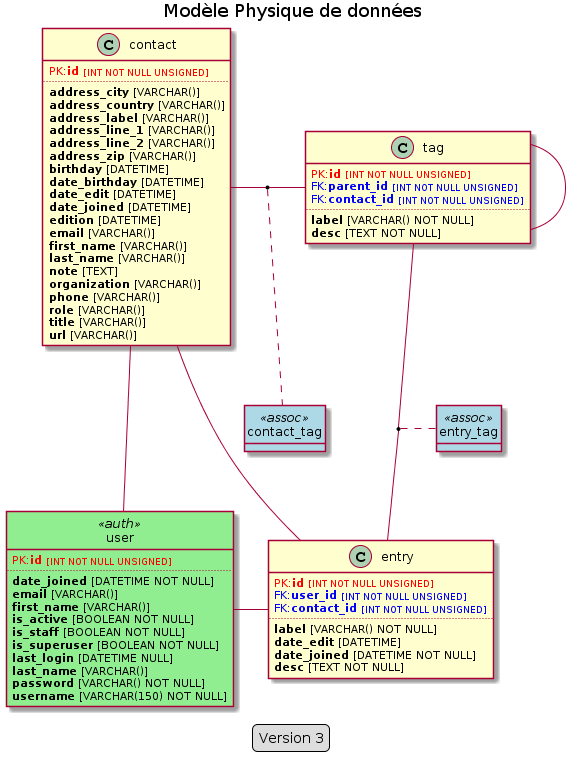
freezed/ocp13 keeps this PlantUML diagram as doc/data_model/physical_data_model.png. Above is the earlier version. Its diagram source:
```plantuml
@startuml
title Modèle Physique de données

hide empty methods
hide <<assoc>> circle
hide <<auth>> circle
skinparam class {
    BackgroundColor<<assoc>> lightblue
    BackgroundColor<<auth>> lightgreen
}


class contact
class entry
class tag
class user <<auth>>


contact -- entry
contact - tag
tag -- entry
tag - tag
contact -- user
user - entry

class contact {
    <font color="red">PK:<b>id</b> <size:09>[INT NOT NULL UNSIGNED]</size></font>
    ..
}

class entry {
    <font color="red">PK:<b>id</b> <size:09>[INT NOT NULL UNSIGNED]</size></font>
    <font color="blue">FK:<b>user_id</b> <size:09>[INT NOT NULL UNSIGNED]</size></font>
    <font color="blue">FK:<b>contact_id</b> <size:09>[INT NOT NULL UNSIGNED]</size></font>
    ..
}

class tag {
    <font color="red">PK:<b>id</b> <size:09>[INT NOT NULL UNSIGNED]</size></font>
    <font color="blue">FK:<b>parent_id</b> <size:09>[INT NOT NULL UNSIGNED]</size></font>
    <font color="blue">FK:<b>contact_id</b> <size:09>[INT NOT NULL UNSIGNED]</size></font>
    ..
}

class user <<auth>> {
    <font color="red">PK:<b>id</b> <size:09>[INT NOT NULL UNSIGNED]</size></font>
    ..
}

class user {
    {field} <b>date_joined</b> [DATETIME NOT NULL]
    {field} <b>email</b> [VARCHAR()]
    {field} <b>first_name</b> [VARCHAR()]
    {field} <b>is_active</b> [BOOLEAN NOT NULL]
    {field} <b>is_staff</b> [BOOLEAN NOT NULL]
    {field} <b>is_superuser</b> [BOOLEAN NOT NULL]
    {field} <b>last_login</b> [DATETIME NULL]
    {field} <b>last_name</b> [VARCHAR()]
    {field} <b>password</b> [VARCHAR() NOT NULL]
    {field} <b>username</b> [VARCHAR(150) NOT NULL]
}

class contact {
    {field} <b>address_city</b> [VARCHAR()]
    {field} <b>address_country</b> [VARCHAR()]
    {field} <b>address_label</b> [VARCHAR()]
    {field} <b>address_line_1</b> [VARCHAR()]
    {field} <b>address_line_2</b> [VARCHAR()]
    {field} <b>address_zip</b> [VARCHAR()]
    {field} <b>birthday</b> [DATETIME]
    {field} <b>date_birthday</b> [DATETIME]
    {field} <b>date_edit</b> [DATETIME]
    {field} <b>date_joined</b> [DATETIME]
    {field} <b>edition</b> [DATETIME]
    {field} <b>email</b> [VARCHAR()]
    {field} <b>first_name</b> [VARCHAR()]
    {field} <b>last_name</b> [VARCHAR()]
    {field} <b>note</b> [TEXT]
    {field} <b>organization</b> [VARCHAR()]
    {field} <b>phone</b> [VARCHAR()]
    {field} <b>role</b> [VARCHAR()]
    {field} <b>title</b> [VARCHAR()]
    {field} <b>url</b> [VARCHAR()]
}

class tag {
    {field} <b>label</b> [VARCHAR() NOT NULL]
    {field} <b>desc</b> [TEXT NOT NULL]
}

class entry {
    {field} <b>label</b> [VARCHAR() NOT NULL]
    {field} <b>date_edit</b> [DATETIME]
    {field} <b>date_joined</b> [DATETIME NOT NULL]
    {field} <b>desc</b> [TEXT NOT NULL]
}

class contact_tag <<assoc>>
class entry_tag <<assoc>>
(contact, tag) .. contact_tag
(tag, entry) .. entry_tag

legend
    Version 3
endlegend
@enduml
```
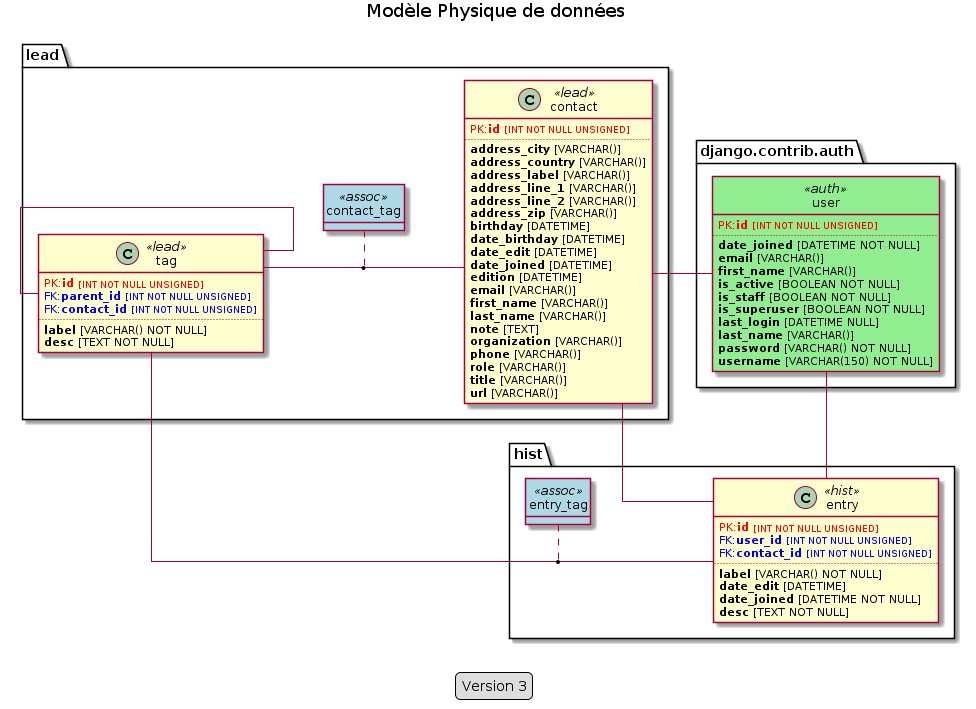
After the change.

Commit message:
Add packages on data model images

The edit, as a diff of the source:
```diff
@@ -1,6 +1,8 @@
 @startuml
 title Modèle Physique de données
 
+skinparam linetype ortho
+left to right direction
 hide empty methods
 hide <<assoc>> circle
 hide <<auth>> circle
@@ -10,18 +12,22 @@
 }
 
 
-class contact
-class entry
-class tag
-class user <<auth>>
+package "lead" {
+    class contact <<lead>>
+    class tag <<lead>>
+    class contact_tag <<assoc>>
+    (tag, contact) . contact_tag
+}
 
+package "django.contrib.auth" {
+    class user <<auth>>
+}
 
-contact -- entry
-contact - tag
-tag -- entry
-tag - tag
-contact -- user
-user - entry
+package "hist" {
+    class entry <<hist>>
+    class entry_tag <<assoc>>
+    (tag, entry) . entry_tag
+}
 
 class contact {
     <font color="red">PK:<b>id</b> <size:09>[INT NOT NULL UNSIGNED]</size></font>
@@ -95,10 +101,16 @@
     {field} <b>desc</b> [TEXT NOT NULL]
 }
 
-class contact_tag <<assoc>>
-class entry_tag <<assoc>>
-(contact, tag) .. contact_tag
-(tag, entry) .. entry_tag
+class contact <<lead>>
+class entry <<hist>>
+class tag <<lead>>
+class user <<auth>>
+
+
+contact -- entry
+contact -- user
+user - entry
+tag - tag
 
 legend
     Version 3
```
